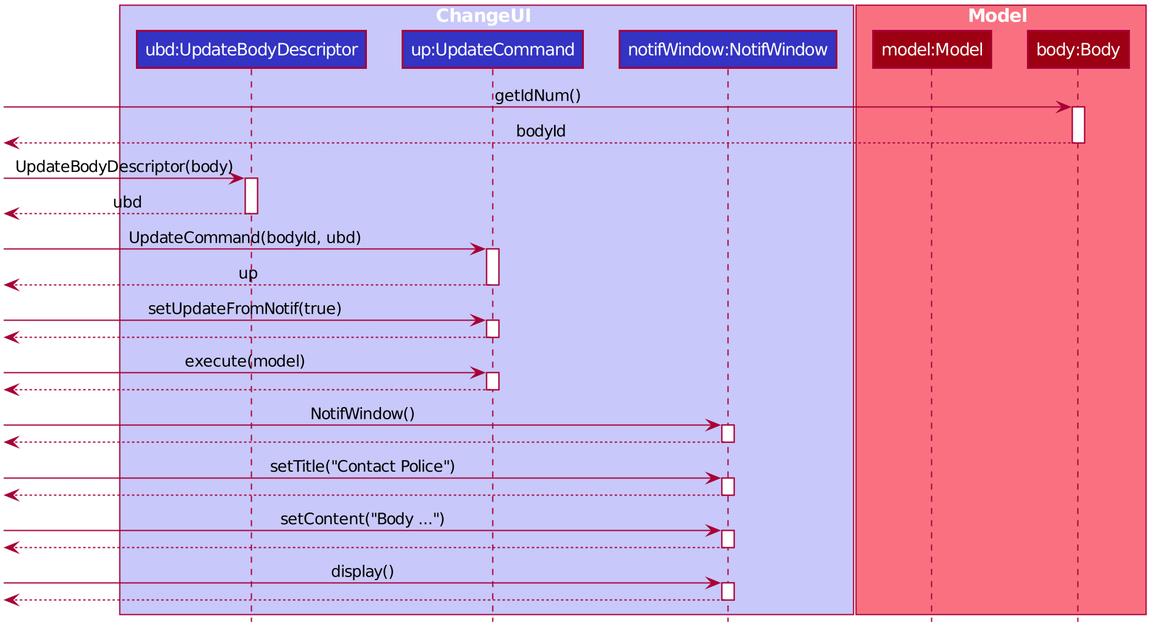
The PlantUML diagram images/ChangeUiFnSequenceDiagram.png in AY1920S1-CS2103T-T13-2/main, before a commit.
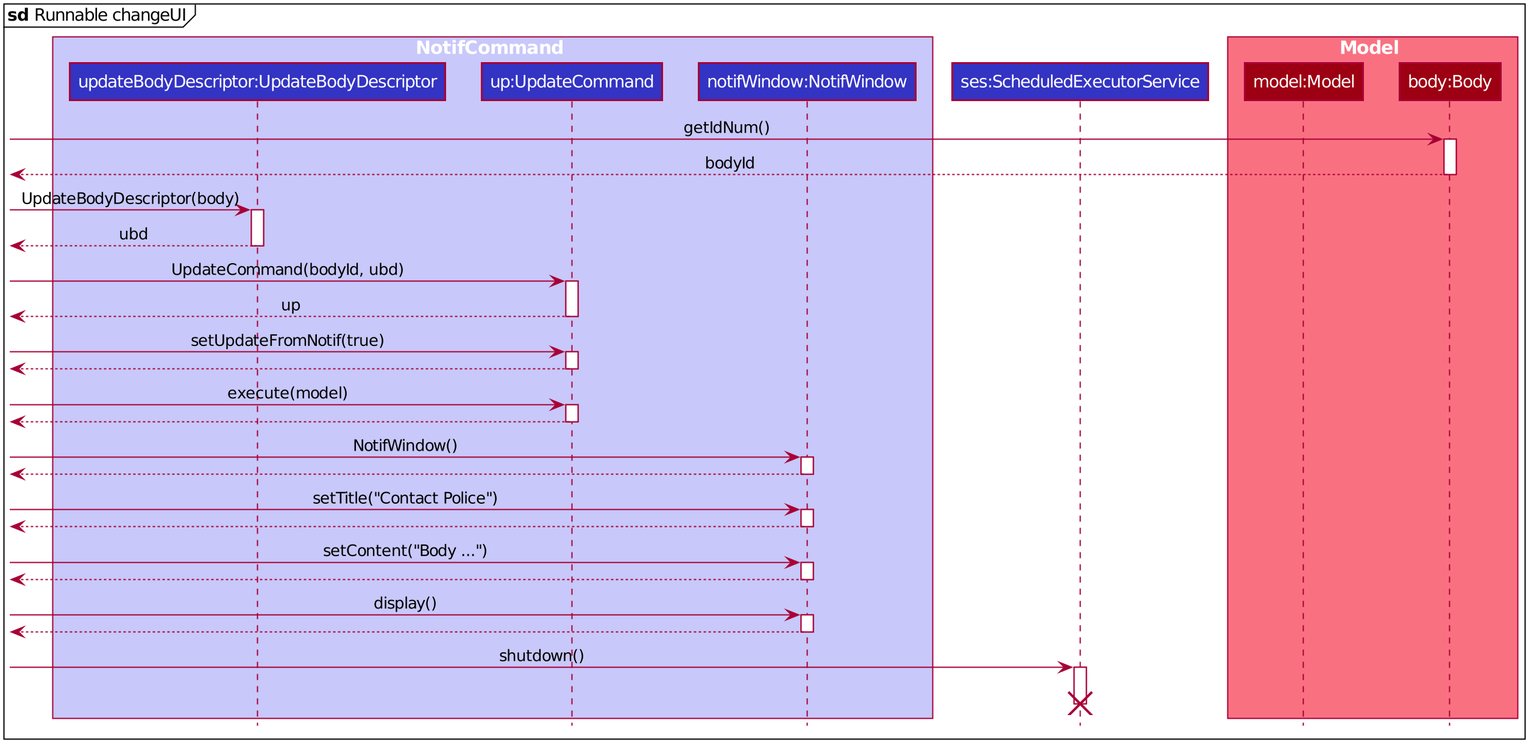
After the commit.

Diff of the diagram source:
```diff
@@ -48,11 +48,14 @@
 hide members
 hide circle
 
-box ChangeUI #C8C8FA
-participant "ubd:UpdateBodyDescriptor" as UpdateBodyDescriptor #3333C4
+mainframe <b>sd</b> Runnable changeUI
+box NotifCommand #C8C8FA
+participant "updateBodyDescriptor:UpdateBodyDescriptor" as UpdateBodyDescriptor #3333C4
 participant "up:UpdateCommand" as UpdateCommand #3333C4
 participant "notifWindow:NotifWindow" as NotifWindow #3333C4
 end box
+
+participant "ses:ScheduledExecutorService" as ScheduledExecutorService #3333C4
 
 box Model #F97181
 participant "model:Model" as Model #9D0012
@@ -109,5 +112,10 @@
 <-- NotifWindow
 deactivate NotifWindow
 
+-> ScheduledExecutorService :shutdown()
+create ScheduledExecutorService
+activate ScheduledExecutorService
+
+destroy ScheduledExecutorService
 
 @enduml
```
